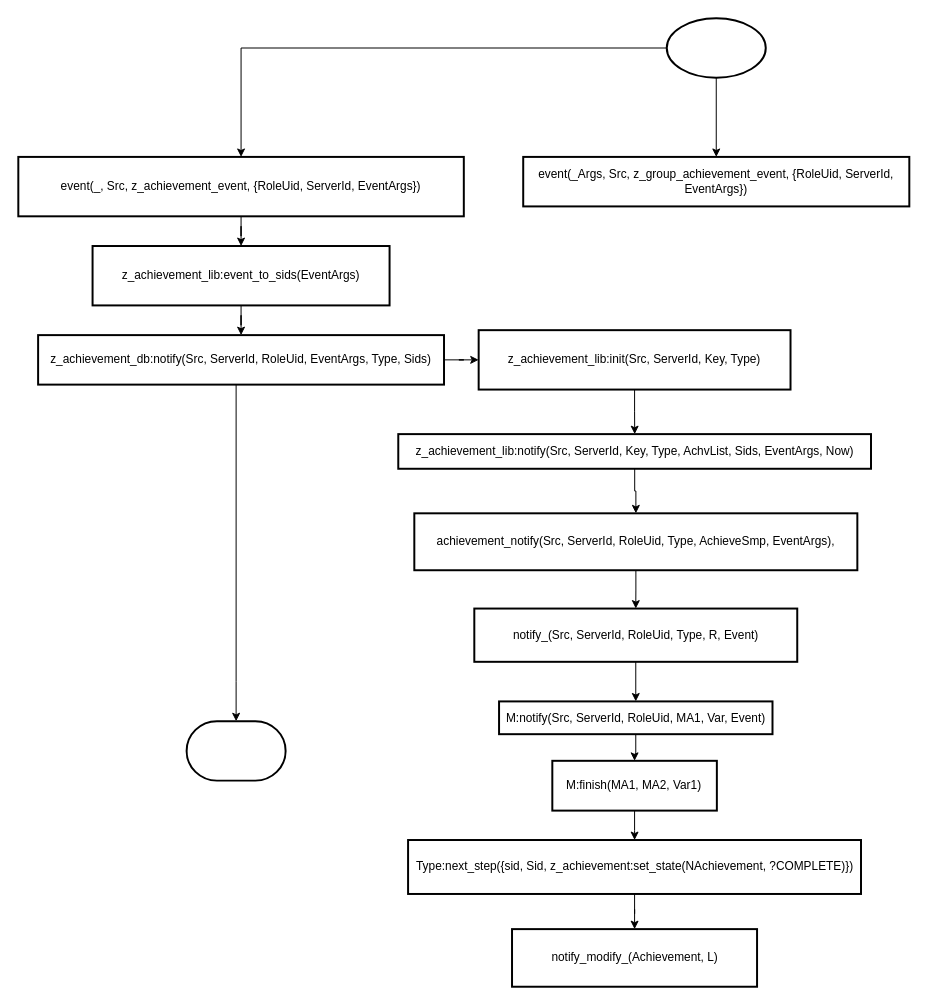
honghangzhi/diagrams keeps this draw.io diagram as page "第 4 页" (4 of 6) of flowchart/成就系统.drawio. Above is the earlier version. Source tidied: cells renumbered, new cells numbered last; positions are measured from the earlier drawing's top-left corner, leaving out a move shared by most shapes. Both pictures are drawn from the tidied source at 99%, with x=0, y=0 at pixel (18, 18).
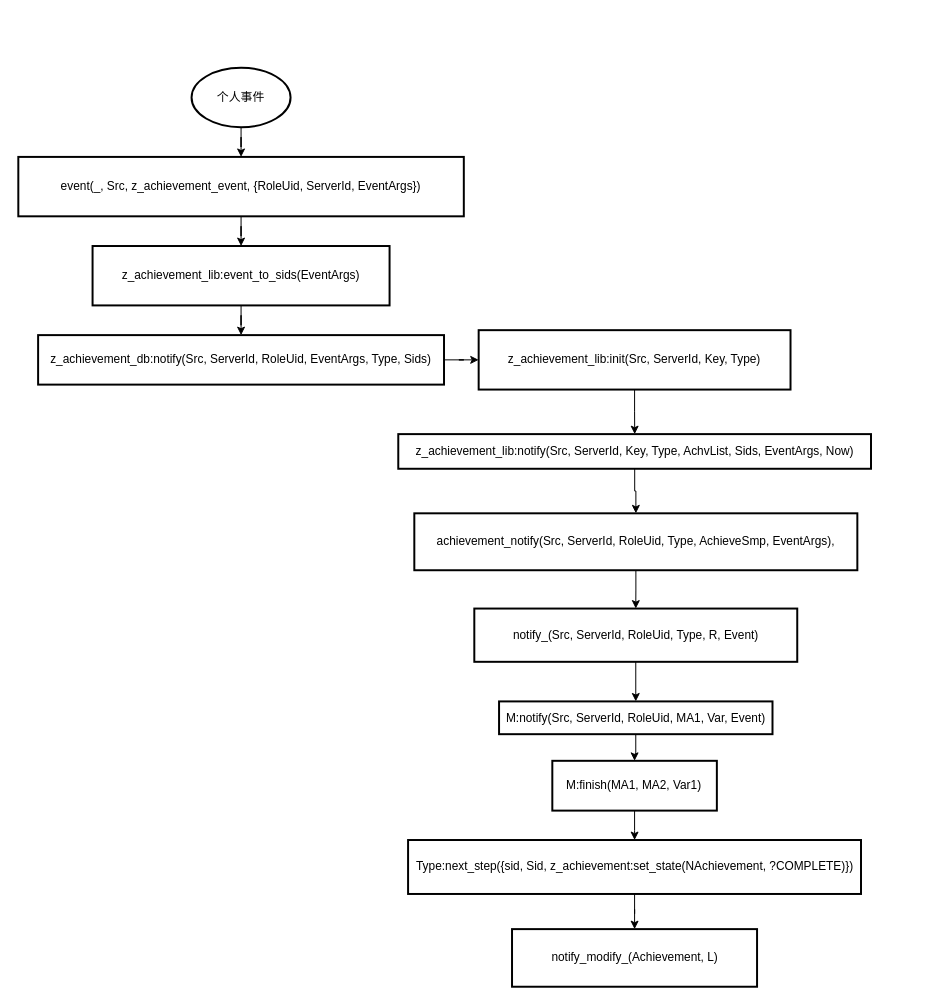
The same page after the edit.

Unchanged cells that the change refers to:
```xml
<mxCell id="9" value="z_achievement_db:notify(Src, ServerId, RoleUid, EventArgs, Type, Sids)" style="whiteSpace=wrap;html=1;strokeWidth=2;" parent="1" vertex="1">
  <mxGeometry x="20" y="320" width="410" height="50" as="geometry" />
</mxCell>
```

Diff of the diagram source:
```diff
@@
-    <mxCell id="3" style="edgeStyle=orthogonalEdgeStyle;rounded=0;jettySize=auto;html=1;" parent="1" edge="1" source="4" target="12">
-      <mxGeometry relative="1" as="geometry" />
-    </mxCell>
-    <mxCell id="4" style="strokeWidth=2;html=1;shape=mxgraph.flowchart.start_1;whiteSpace=wrap;" parent="1" vertex="1">
-      <mxGeometry x="655" width="100" height="60" as="geometry" />
+    <mxCell id="4" value="个人事件" style="strokeWidth=2;html=1;shape=mxgraph.flowchart.start_1;whiteSpace=wrap;" parent="1" vertex="1">
+      <mxGeometry x="175" y="50" width="100" height="60" as="geometry" />
     </mxCell>
@@
-    <mxCell id="8" style="edgeStyle=orthogonalEdgeStyle;rounded=0;jettySize=auto;html=1;" parent="1" edge="1" source="9" target="17">
-      <mxGeometry relative="1" as="geometry">
-        <Array as="points">
-          <mxPoint x="220" y="670" />
-        </Array>
-      </mxGeometry>
-    </mxCell>
@@
-    <mxCell id="12" value="event(_Args, Src, z_group_achievement_event, {RoleUid, ServerId, EventArgs})" style="whiteSpace=wrap;html=1;strokeWidth=2;" parent="1" vertex="1">
-      <mxGeometry x="510" y="140" width="390" height="50" as="geometry" />
-    </mxCell>
@@
-    <mxCell id="17" style="strokeWidth=2;html=1;shape=mxgraph.flowchart.terminator;whiteSpace=wrap;" parent="1" vertex="1">
-      <mxGeometry x="170" y="710" width="100" height="60" as="geometry" />
-    </mxCell>
```
